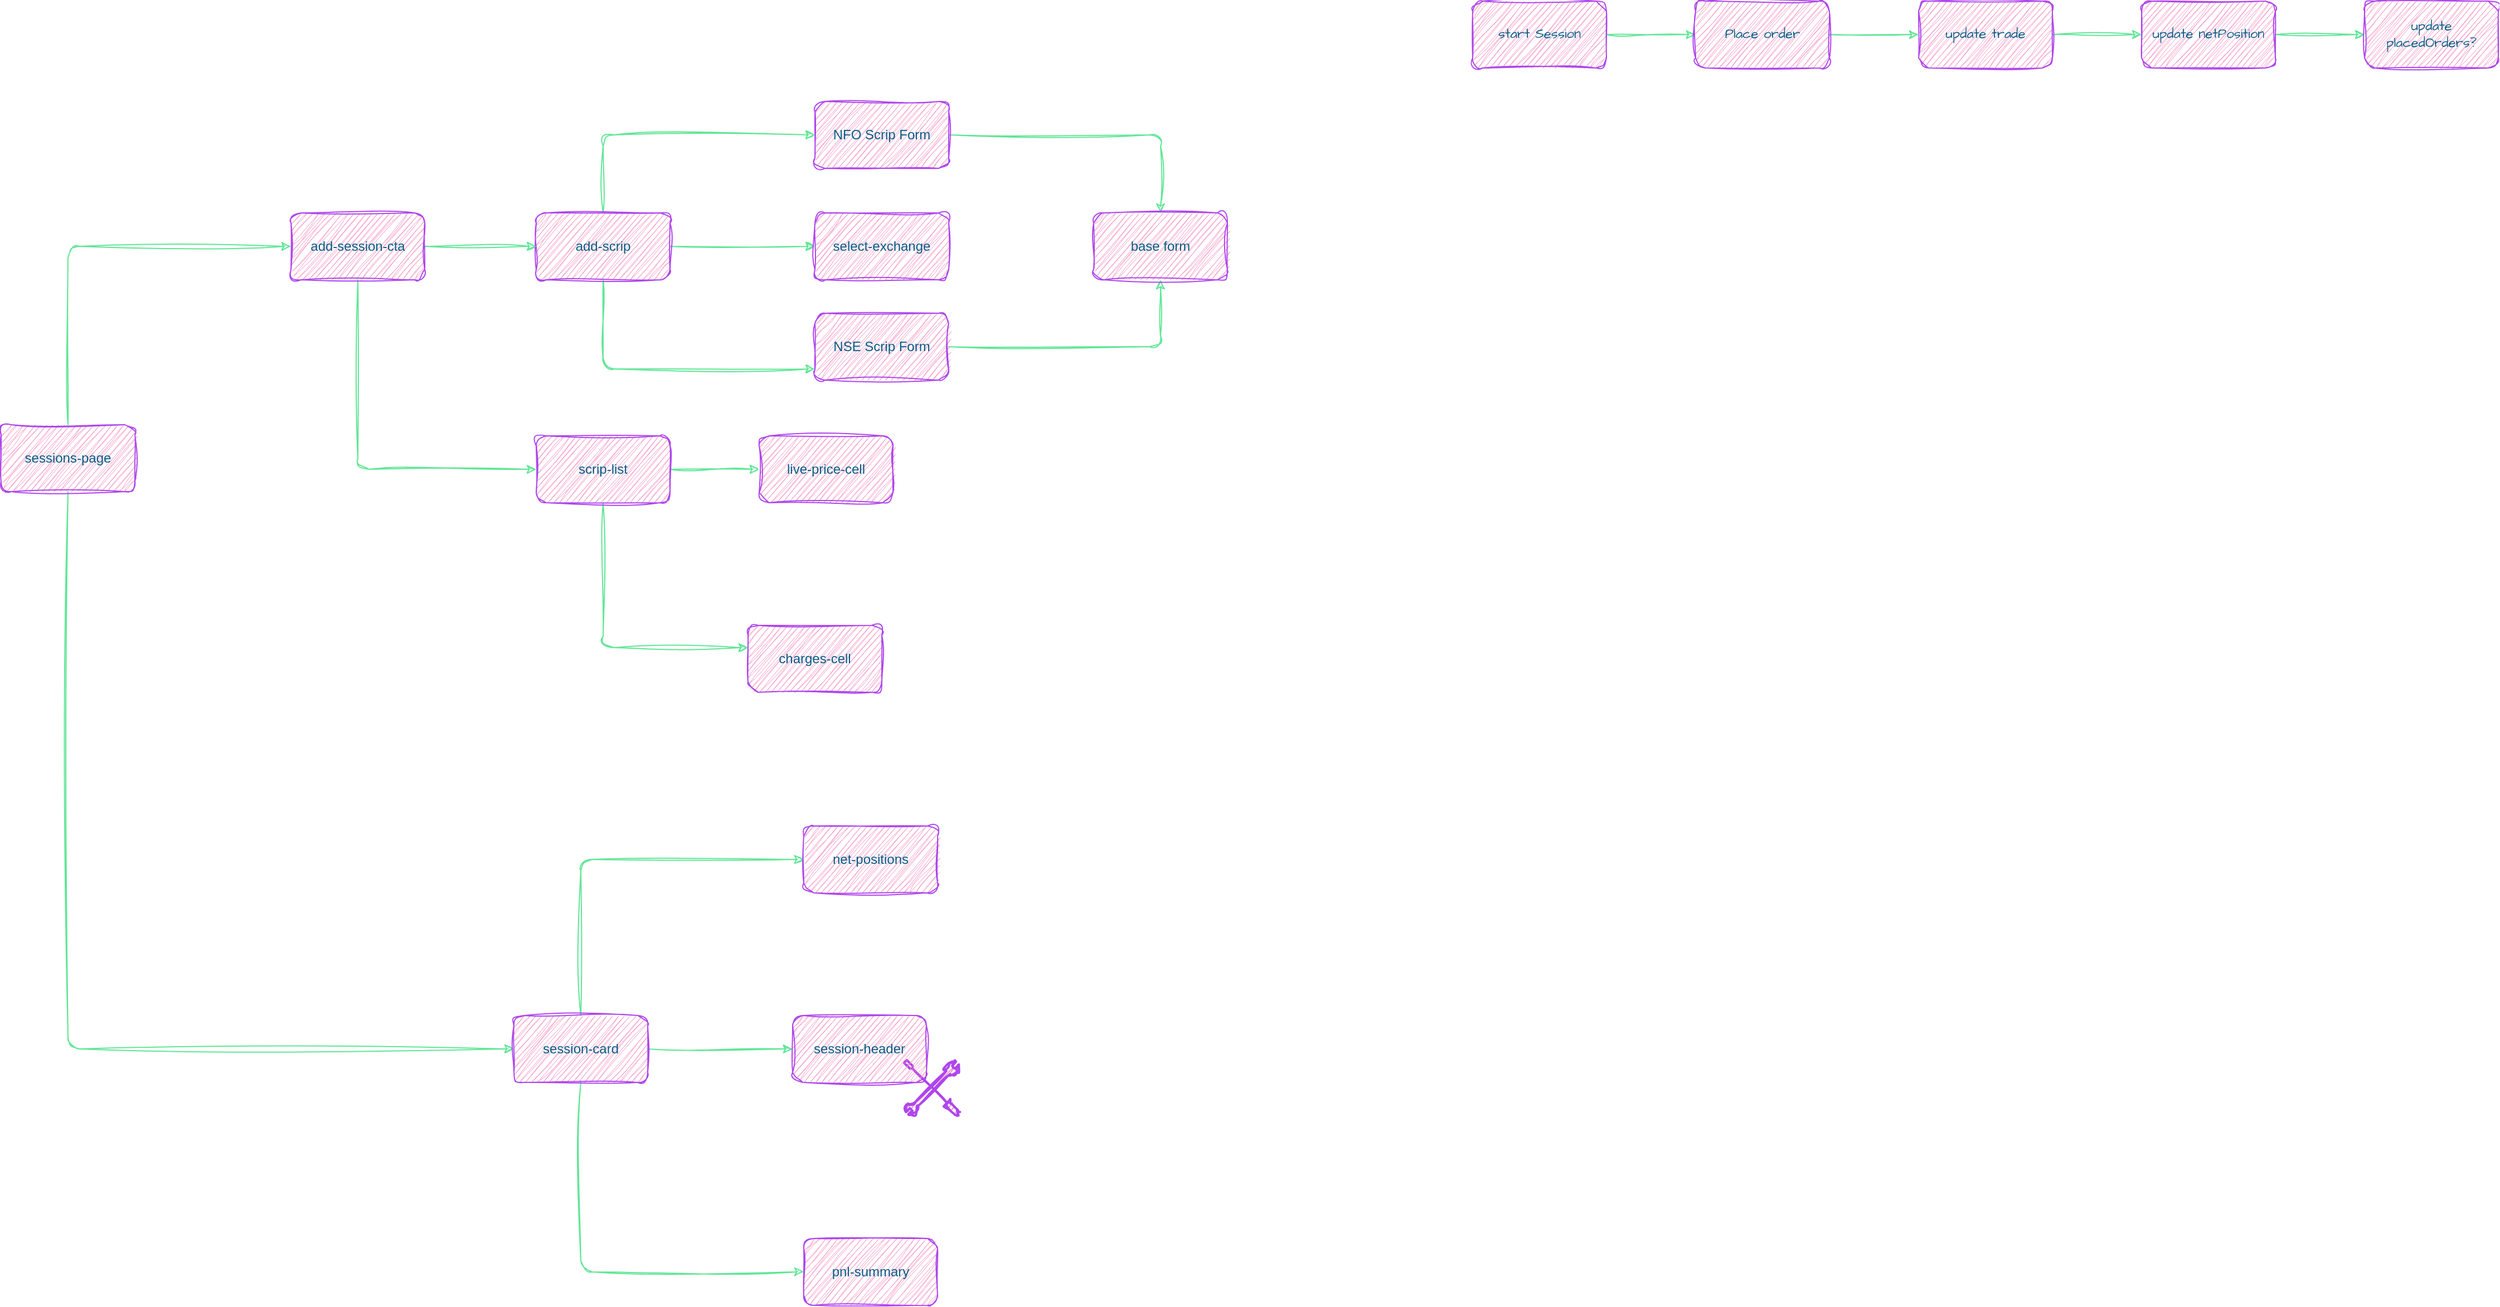
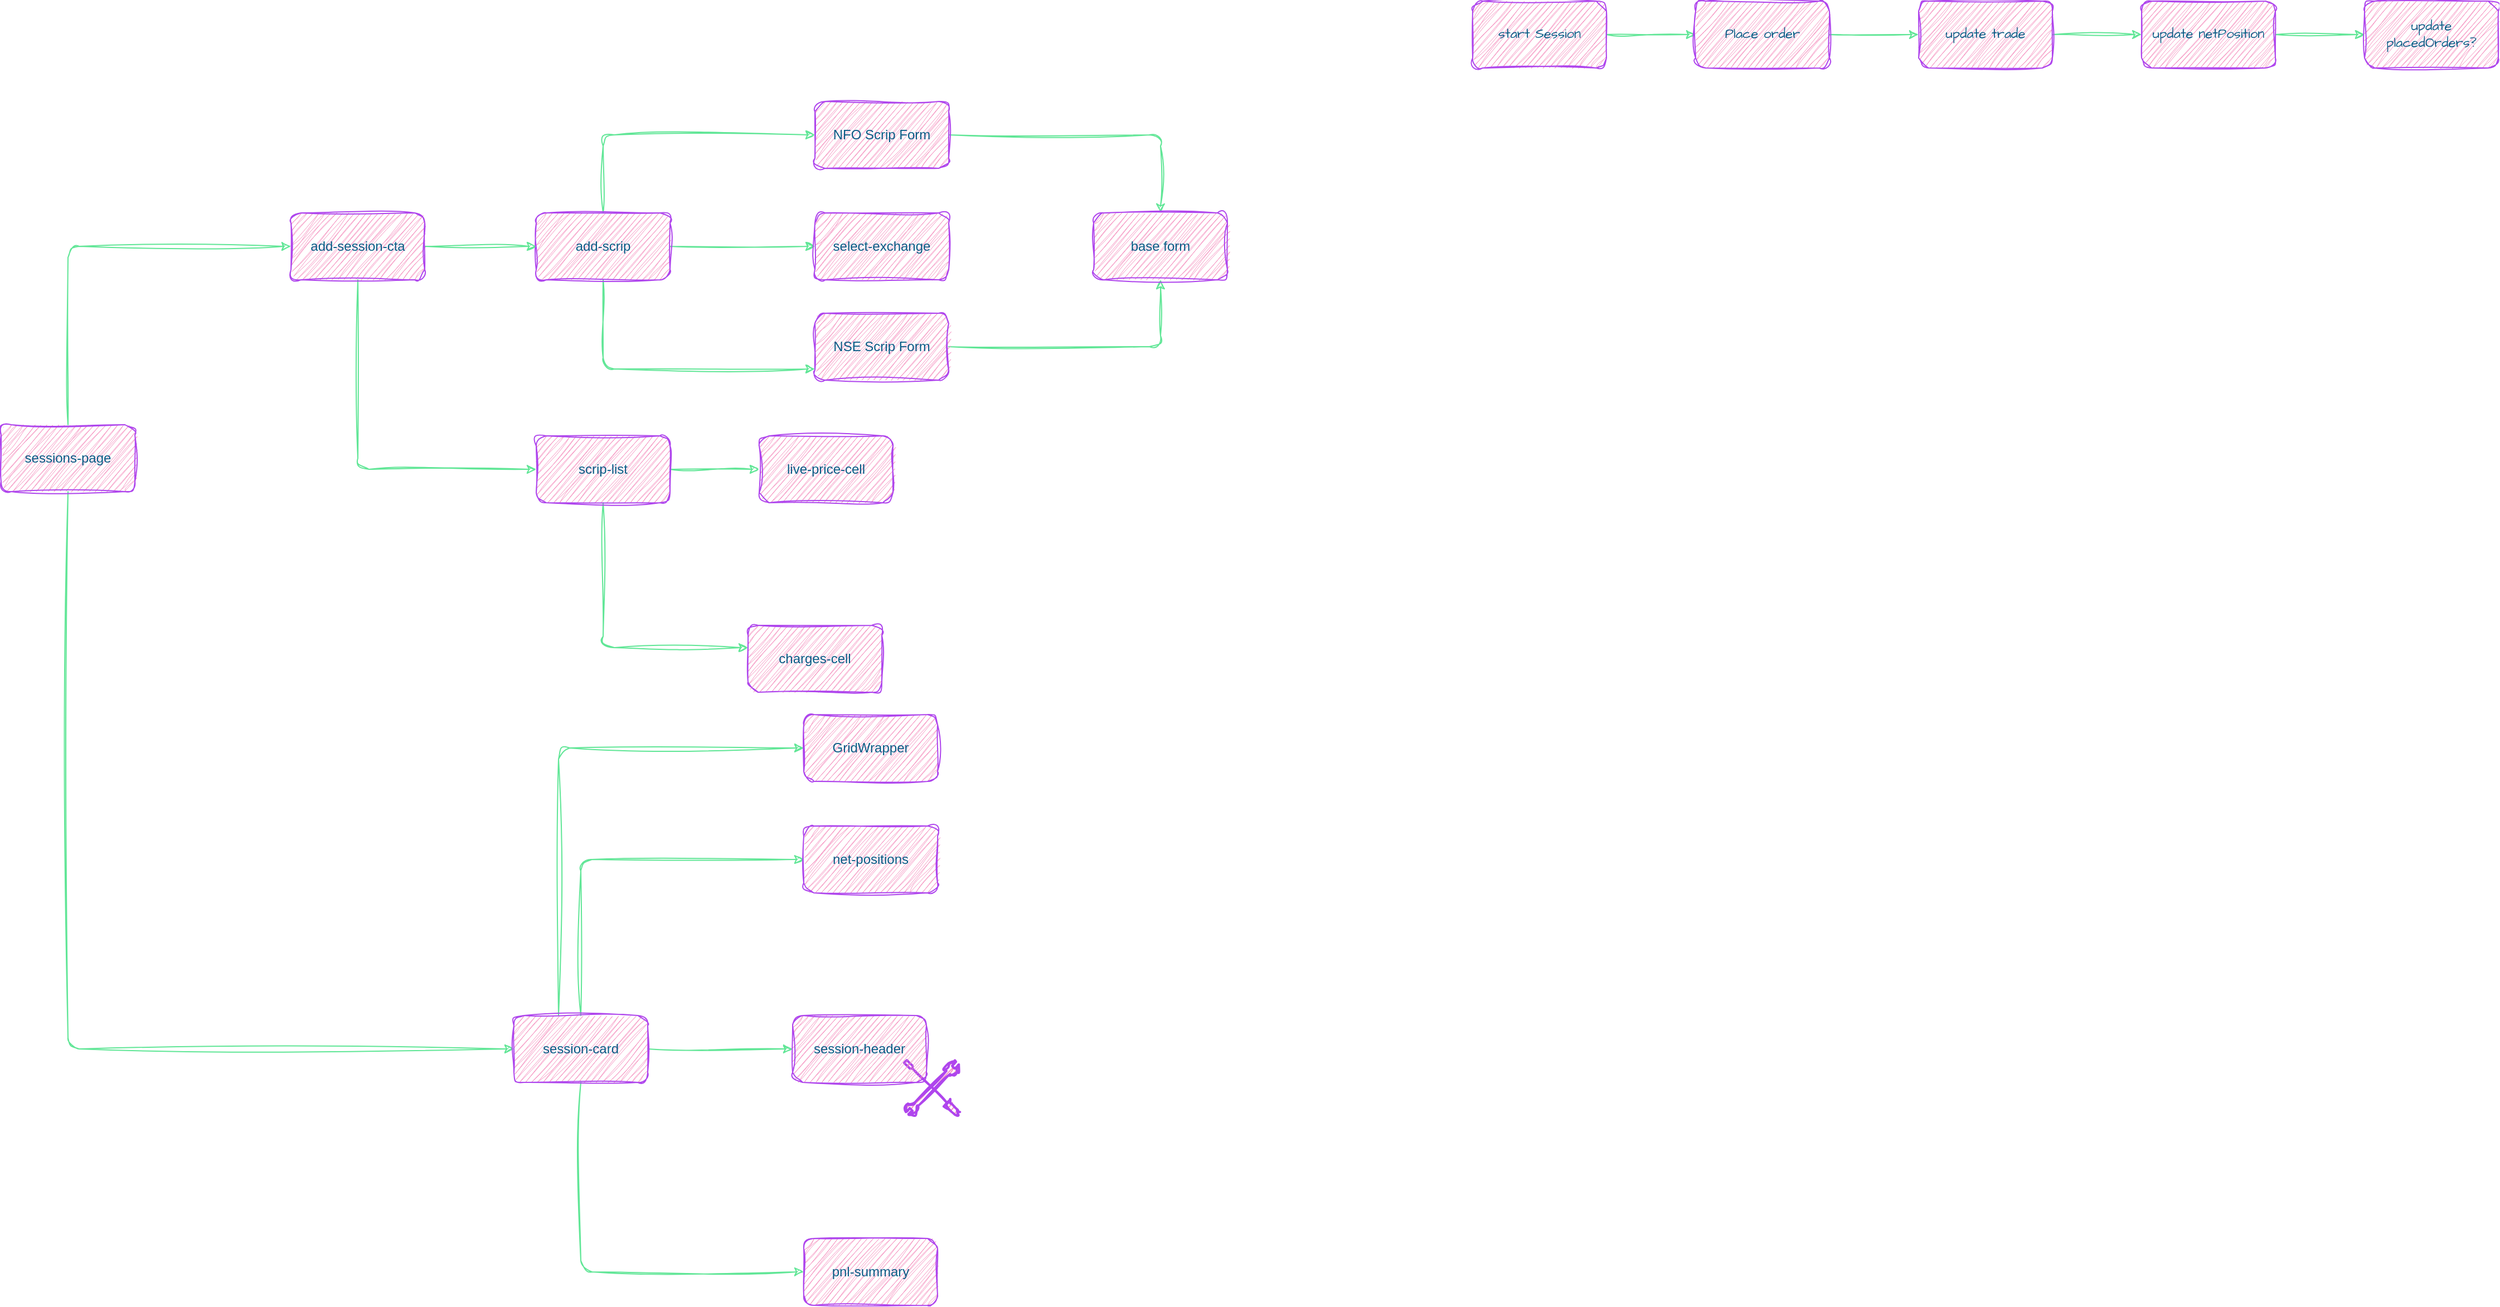
<mxfile host="app.diagrams.net" pages="5">
  <diagram id="wPQbEJP3DVO_ncDqMHqx" name="Sessions Page">
    <mxGraphModel dx="1887" dy="969" grid="1" gridSize="10" guides="1" tooltips="1" connect="1" arrows="1" fold="1" page="0" pageScale="1" pageWidth="402" pageHeight="874" math="0" shadow="0">
      <root>
        <mxCell id="0" />
        <mxCell id="1" parent="0" />
        <mxCell id="DB1AKVm6qyutKQlFYAWD-6" edge="1" parent="1" source="DB1AKVm6qyutKQlFYAWD-1" style="edgeStyle=orthogonalEdgeStyle;rounded=1;orthogonalLoop=1;jettySize=auto;html=1;sketch=1;curveFitting=1;jiggle=2;labelBackgroundColor=none;strokeColor=#60E696;fontColor=default;" target="DB1AKVm6qyutKQlFYAWD-5" value="">
          <mxGeometry relative="1" as="geometry" />
        </mxCell>
        <mxCell id="DB1AKVm6qyutKQlFYAWD-8" edge="1" parent="1" source="DB1AKVm6qyutKQlFYAWD-1" style="edgeStyle=orthogonalEdgeStyle;rounded=1;orthogonalLoop=1;jettySize=auto;html=1;sketch=1;curveFitting=1;jiggle=2;labelBackgroundColor=none;strokeColor=#60E696;fontColor=default;" target="DB1AKVm6qyutKQlFYAWD-7" value="">
          <mxGeometry relative="1" as="geometry">
            <Array as="points">
              <mxPoint x="120" y="270" />
            </Array>
          </mxGeometry>
        </mxCell>
        <mxCell id="DB1AKVm6qyutKQlFYAWD-10" edge="1" parent="1" source="DB1AKVm6qyutKQlFYAWD-1" style="edgeStyle=orthogonalEdgeStyle;rounded=1;orthogonalLoop=1;jettySize=auto;html=1;sketch=1;curveFitting=1;jiggle=2;labelBackgroundColor=none;strokeColor=#60E696;fontColor=default;" target="DB1AKVm6qyutKQlFYAWD-9" value="">
          <mxGeometry relative="1" as="geometry">
            <Array as="points">
              <mxPoint x="120" y="60" />
            </Array>
          </mxGeometry>
        </mxCell>
        <mxCell id="DB1AKVm6qyutKQlFYAWD-1" parent="1" style="rounded=1;whiteSpace=wrap;html=1;sketch=1;curveFitting=1;jiggle=2;labelBackgroundColor=none;fillColor=#F694C1;strokeColor=#AF45ED;fontColor=#095C86;" value="add-scrip" vertex="1">
          <mxGeometry height="60" width="120" x="60" y="130" as="geometry" />
        </mxCell>
        <mxCell id="DB1AKVm6qyutKQlFYAWD-4" edge="1" parent="1" source="DB1AKVm6qyutKQlFYAWD-3" style="edgeStyle=orthogonalEdgeStyle;rounded=1;orthogonalLoop=1;jettySize=auto;html=1;sketch=1;curveFitting=1;jiggle=2;labelBackgroundColor=none;strokeColor=#60E696;fontColor=default;" target="DB1AKVm6qyutKQlFYAWD-1" value="">
          <mxGeometry relative="1" as="geometry" />
        </mxCell>
        <mxCell id="DB1AKVm6qyutKQlFYAWD-12" edge="1" parent="1" source="DB1AKVm6qyutKQlFYAWD-3" style="edgeStyle=orthogonalEdgeStyle;rounded=1;orthogonalLoop=1;jettySize=auto;html=1;sketch=1;curveFitting=1;jiggle=2;labelBackgroundColor=none;strokeColor=#60E696;fontColor=default;" target="DB1AKVm6qyutKQlFYAWD-11" value="">
          <mxGeometry relative="1" as="geometry">
            <Array as="points">
              <mxPoint x="-100" y="360" />
            </Array>
          </mxGeometry>
        </mxCell>
        <mxCell id="DB1AKVm6qyutKQlFYAWD-3" parent="1" style="rounded=1;whiteSpace=wrap;html=1;sketch=1;curveFitting=1;jiggle=2;labelBackgroundColor=none;fillColor=#F694C1;strokeColor=#AF45ED;fontColor=#095C86;" value="add-session-cta" vertex="1">
          <mxGeometry height="60" width="120" x="-160" y="130" as="geometry" />
        </mxCell>
        <mxCell id="DB1AKVm6qyutKQlFYAWD-5" parent="1" style="whiteSpace=wrap;html=1;rounded=1;sketch=1;curveFitting=1;jiggle=2;labelBackgroundColor=none;fillColor=#F694C1;strokeColor=#AF45ED;fontColor=#095C86;" value="select-exchange" vertex="1">
          <mxGeometry height="60" width="120" x="310" y="130" as="geometry" />
        </mxCell>
        <mxCell id="ouMAoqMrmdJ_XqpmxOQB-3" edge="1" parent="1" source="DB1AKVm6qyutKQlFYAWD-7" style="edgeStyle=orthogonalEdgeStyle;rounded=1;sketch=1;hachureGap=4;jiggle=2;curveFitting=1;orthogonalLoop=1;jettySize=auto;html=1;fontFamily=Architects Daughter;fontSource=https%3A%2F%2Ffonts.googleapis.com%2Fcss%3Ffamily%3DArchitects%2BDaughter;labelBackgroundColor=none;strokeColor=#60E696;fontColor=default;" target="ouMAoqMrmdJ_XqpmxOQB-1">
          <mxGeometry relative="1" as="geometry" />
        </mxCell>
        <mxCell id="DB1AKVm6qyutKQlFYAWD-7" parent="1" style="whiteSpace=wrap;html=1;rounded=1;sketch=1;curveFitting=1;jiggle=2;labelBackgroundColor=none;fillColor=#F694C1;strokeColor=#AF45ED;fontColor=#095C86;" value="NSE Scrip Form" vertex="1">
          <mxGeometry height="60" width="120" x="310" y="220" as="geometry" />
        </mxCell>
        <mxCell id="ouMAoqMrmdJ_XqpmxOQB-2" edge="1" parent="1" source="DB1AKVm6qyutKQlFYAWD-9" style="edgeStyle=orthogonalEdgeStyle;rounded=1;sketch=1;hachureGap=4;jiggle=2;curveFitting=1;orthogonalLoop=1;jettySize=auto;html=1;fontFamily=Architects Daughter;fontSource=https%3A%2F%2Ffonts.googleapis.com%2Fcss%3Ffamily%3DArchitects%2BDaughter;labelBackgroundColor=none;strokeColor=#60E696;fontColor=default;" target="ouMAoqMrmdJ_XqpmxOQB-1" value="">
          <mxGeometry relative="1" as="geometry" />
        </mxCell>
        <mxCell id="DB1AKVm6qyutKQlFYAWD-9" parent="1" style="whiteSpace=wrap;html=1;rounded=1;sketch=1;curveFitting=1;jiggle=2;labelBackgroundColor=none;fillColor=#F694C1;strokeColor=#AF45ED;fontColor=#095C86;" value="NFO Scrip Form" vertex="1">
          <mxGeometry height="60" width="120" x="310" y="30" as="geometry" />
        </mxCell>
        <mxCell id="ouMAoqMrmdJ_XqpmxOQB-15" edge="1" parent="1" source="DB1AKVm6qyutKQlFYAWD-11" style="edgeStyle=orthogonalEdgeStyle;rounded=1;sketch=1;hachureGap=4;jiggle=2;curveFitting=1;orthogonalLoop=1;jettySize=auto;html=1;fontFamily=Architects Daughter;fontSource=https%3A%2F%2Ffonts.googleapis.com%2Fcss%3Ffamily%3DArchitects%2BDaughter;labelBackgroundColor=none;strokeColor=#60E696;fontColor=default;" target="ouMAoqMrmdJ_XqpmxOQB-14" value="">
          <mxGeometry relative="1" as="geometry" />
        </mxCell>
        <mxCell id="ouMAoqMrmdJ_XqpmxOQB-17" edge="1" parent="1" source="DB1AKVm6qyutKQlFYAWD-11" style="edgeStyle=orthogonalEdgeStyle;rounded=1;sketch=1;hachureGap=4;jiggle=2;curveFitting=1;orthogonalLoop=1;jettySize=auto;html=1;fontFamily=Architects Daughter;fontSource=https%3A%2F%2Ffonts.googleapis.com%2Fcss%3Ffamily%3DArchitects%2BDaughter;labelBackgroundColor=none;strokeColor=#60E696;fontColor=default;" target="ouMAoqMrmdJ_XqpmxOQB-16" value="">
          <mxGeometry relative="1" as="geometry">
            <Array as="points">
              <mxPoint x="120" y="520" />
            </Array>
          </mxGeometry>
        </mxCell>
        <mxCell id="DB1AKVm6qyutKQlFYAWD-11" parent="1" style="whiteSpace=wrap;html=1;rounded=1;sketch=1;curveFitting=1;jiggle=2;labelBackgroundColor=none;fillColor=#F694C1;strokeColor=#AF45ED;fontColor=#095C86;" value="scrip-list" vertex="1">
          <mxGeometry height="60" width="120" x="60" y="330" as="geometry" />
        </mxCell>
        <mxCell id="DB1AKVm6qyutKQlFYAWD-15" edge="1" parent="1" source="DB1AKVm6qyutKQlFYAWD-14" style="edgeStyle=orthogonalEdgeStyle;rounded=1;sketch=1;hachureGap=4;jiggle=2;curveFitting=1;orthogonalLoop=1;jettySize=auto;html=1;entryX=0;entryY=0.5;entryDx=0;entryDy=0;strokeColor=#60E696;fontFamily=Architects Daughter;fontSource=https%3A%2F%2Ffonts.googleapis.com%2Fcss%3Ffamily%3DArchitects%2BDaughter;fontColor=default;fillColor=#F694C1;labelBackgroundColor=none;" target="DB1AKVm6qyutKQlFYAWD-3">
          <mxGeometry relative="1" as="geometry">
            <Array as="points">
              <mxPoint x="-360" y="160" />
            </Array>
          </mxGeometry>
        </mxCell>
        <mxCell id="ouMAoqMrmdJ_XqpmxOQB-28" edge="1" parent="1" source="DB1AKVm6qyutKQlFYAWD-14" style="edgeStyle=orthogonalEdgeStyle;rounded=1;sketch=1;hachureGap=4;jiggle=2;curveFitting=1;orthogonalLoop=1;jettySize=auto;html=1;entryX=0;entryY=0.5;entryDx=0;entryDy=0;fontFamily=Architects Daughter;fontSource=https%3A%2F%2Ffonts.googleapis.com%2Fcss%3Ffamily%3DArchitects%2BDaughter;labelBackgroundColor=none;strokeColor=#60E696;fontColor=default;" target="ouMAoqMrmdJ_XqpmxOQB-19">
          <mxGeometry relative="1" as="geometry">
            <Array as="points">
              <mxPoint x="-360" y="880" />
            </Array>
          </mxGeometry>
        </mxCell>
        <mxCell id="DB1AKVm6qyutKQlFYAWD-14" parent="1" style="rounded=1;whiteSpace=wrap;html=1;sketch=1;curveFitting=1;jiggle=2;labelBackgroundColor=none;fillColor=#F694C1;strokeColor=#AF45ED;fontColor=#095C86;" value="sessions-page" vertex="1">
          <mxGeometry height="60" width="120" x="-420" y="320" as="geometry" />
        </mxCell>
        <mxCell id="ouMAoqMrmdJ_XqpmxOQB-1" parent="1" style="whiteSpace=wrap;html=1;fillColor=#F694C1;strokeColor=#AF45ED;fontColor=#095C86;rounded=1;sketch=1;curveFitting=1;jiggle=2;labelBackgroundColor=none;" value="base form" vertex="1">
          <mxGeometry height="60" width="120" x="560" y="130" as="geometry" />
        </mxCell>
        <mxCell id="ouMAoqMrmdJ_XqpmxOQB-6" edge="1" parent="1" source="ouMAoqMrmdJ_XqpmxOQB-4" style="edgeStyle=orthogonalEdgeStyle;rounded=1;sketch=1;hachureGap=4;jiggle=2;curveFitting=1;orthogonalLoop=1;jettySize=auto;html=1;fontFamily=Architects Daughter;fontSource=https%3A%2F%2Ffonts.googleapis.com%2Fcss%3Ffamily%3DArchitects%2BDaughter;labelBackgroundColor=none;strokeColor=#60E696;fontColor=default;" target="ouMAoqMrmdJ_XqpmxOQB-5" value="">
          <mxGeometry relative="1" as="geometry" />
        </mxCell>
        <mxCell id="ouMAoqMrmdJ_XqpmxOQB-4" parent="1" style="whiteSpace=wrap;html=1;sketch=1;hachureGap=4;jiggle=2;curveFitting=1;fontFamily=Architects Daughter;fontSource=https%3A%2F%2Ffonts.googleapis.com%2Fcss%3Ffamily%3DArchitects%2BDaughter;labelBackgroundColor=none;fillColor=#F694C1;strokeColor=#AF45ED;fontColor=#095C86;rounded=1;" value="start Session" vertex="1">
          <mxGeometry height="60" width="120" x="900" y="-60" as="geometry" />
        </mxCell>
        <mxCell id="ouMAoqMrmdJ_XqpmxOQB-8" edge="1" parent="1" source="ouMAoqMrmdJ_XqpmxOQB-5" style="edgeStyle=orthogonalEdgeStyle;rounded=1;sketch=1;hachureGap=4;jiggle=2;curveFitting=1;orthogonalLoop=1;jettySize=auto;html=1;fontFamily=Architects Daughter;fontSource=https%3A%2F%2Ffonts.googleapis.com%2Fcss%3Ffamily%3DArchitects%2BDaughter;labelBackgroundColor=none;strokeColor=#60E696;fontColor=default;" target="ouMAoqMrmdJ_XqpmxOQB-7" value="">
          <mxGeometry relative="1" as="geometry" />
        </mxCell>
        <mxCell id="ouMAoqMrmdJ_XqpmxOQB-5" parent="1" style="whiteSpace=wrap;html=1;fontFamily=Architects Daughter;sketch=1;hachureGap=4;jiggle=2;curveFitting=1;fontSource=https%3A%2F%2Ffonts.googleapis.com%2Fcss%3Ffamily%3DArchitects%2BDaughter;labelBackgroundColor=none;fillColor=#F694C1;strokeColor=#AF45ED;fontColor=#095C86;rounded=1;" value="Place order" vertex="1">
          <mxGeometry height="60" width="120" x="1100" y="-60" as="geometry" />
        </mxCell>
        <mxCell id="ouMAoqMrmdJ_XqpmxOQB-10" edge="1" parent="1" source="ouMAoqMrmdJ_XqpmxOQB-7" style="edgeStyle=orthogonalEdgeStyle;rounded=1;sketch=1;hachureGap=4;jiggle=2;curveFitting=1;orthogonalLoop=1;jettySize=auto;html=1;fontFamily=Architects Daughter;fontSource=https%3A%2F%2Ffonts.googleapis.com%2Fcss%3Ffamily%3DArchitects%2BDaughter;labelBackgroundColor=none;strokeColor=#60E696;fontColor=default;" target="ouMAoqMrmdJ_XqpmxOQB-9" value="">
          <mxGeometry relative="1" as="geometry" />
        </mxCell>
        <mxCell id="ouMAoqMrmdJ_XqpmxOQB-7" parent="1" style="whiteSpace=wrap;html=1;fontFamily=Architects Daughter;sketch=1;hachureGap=4;jiggle=2;curveFitting=1;fontSource=https%3A%2F%2Ffonts.googleapis.com%2Fcss%3Ffamily%3DArchitects%2BDaughter;labelBackgroundColor=none;fillColor=#F694C1;strokeColor=#AF45ED;fontColor=#095C86;rounded=1;" value="update trade" vertex="1">
          <mxGeometry height="60" width="120" x="1300" y="-60" as="geometry" />
        </mxCell>
        <mxCell id="ouMAoqMrmdJ_XqpmxOQB-12" edge="1" parent="1" source="ouMAoqMrmdJ_XqpmxOQB-9" style="edgeStyle=orthogonalEdgeStyle;rounded=1;sketch=1;hachureGap=4;jiggle=2;curveFitting=1;orthogonalLoop=1;jettySize=auto;html=1;fontFamily=Architects Daughter;fontSource=https%3A%2F%2Ffonts.googleapis.com%2Fcss%3Ffamily%3DArchitects%2BDaughter;labelBackgroundColor=none;strokeColor=#60E696;fontColor=default;" target="ouMAoqMrmdJ_XqpmxOQB-11" value="">
          <mxGeometry relative="1" as="geometry" />
        </mxCell>
        <mxCell id="ouMAoqMrmdJ_XqpmxOQB-9" parent="1" style="whiteSpace=wrap;html=1;fontFamily=Architects Daughter;sketch=1;hachureGap=4;jiggle=2;curveFitting=1;fontSource=https%3A%2F%2Ffonts.googleapis.com%2Fcss%3Ffamily%3DArchitects%2BDaughter;labelBackgroundColor=none;fillColor=#F694C1;strokeColor=#AF45ED;fontColor=#095C86;rounded=1;" value="update netPosition" vertex="1">
          <mxGeometry height="60" width="120" x="1500" y="-60" as="geometry" />
        </mxCell>
        <mxCell id="ouMAoqMrmdJ_XqpmxOQB-11" parent="1" style="whiteSpace=wrap;html=1;fontFamily=Architects Daughter;sketch=1;hachureGap=4;jiggle=2;curveFitting=1;fontSource=https%3A%2F%2Ffonts.googleapis.com%2Fcss%3Ffamily%3DArchitects%2BDaughter;labelBackgroundColor=none;fillColor=#F694C1;strokeColor=#AF45ED;fontColor=#095C86;rounded=1;" value="update placedOrders?" vertex="1">
          <mxGeometry height="60" width="120" x="1700" y="-60" as="geometry" />
        </mxCell>
        <mxCell id="ouMAoqMrmdJ_XqpmxOQB-13" parent="1" style="html=1;verticalLabelPosition=bottom;align=center;labelBackgroundColor=none;verticalAlign=top;strokeWidth=2;strokeColor=#AF45ED;shadow=0;dashed=0;shape=mxgraph.ios7.icons.tools;pointerEvents=1;sketch=1;hachureGap=4;jiggle=2;curveFitting=1;fontFamily=Architects Daughter;fontSource=https%3A%2F%2Ffonts.googleapis.com%2Fcss%3Ffamily%3DArchitects%2BDaughter;fillColor=#F694C1;fontColor=#095C86;rounded=1;" value="" vertex="1">
          <mxGeometry height="50" width="50" x="390" y="890" as="geometry" />
        </mxCell>
        <mxCell id="ouMAoqMrmdJ_XqpmxOQB-14" parent="1" style="whiteSpace=wrap;html=1;fillColor=#F694C1;strokeColor=#AF45ED;fontColor=#095C86;rounded=1;sketch=1;curveFitting=1;jiggle=2;labelBackgroundColor=none;" value="live-price-cell" vertex="1">
          <mxGeometry height="60" width="120" x="260" y="330" as="geometry" />
        </mxCell>
        <mxCell id="ouMAoqMrmdJ_XqpmxOQB-16" parent="1" style="whiteSpace=wrap;html=1;fillColor=#F694C1;strokeColor=#AF45ED;fontColor=#095C86;rounded=1;sketch=1;curveFitting=1;jiggle=2;labelBackgroundColor=none;" value="charges-cell" vertex="1">
          <mxGeometry height="60" width="120" x="250" y="500" as="geometry" />
        </mxCell>
        <mxCell id="ouMAoqMrmdJ_XqpmxOQB-22" edge="1" parent="1" source="ouMAoqMrmdJ_XqpmxOQB-19" style="edgeStyle=orthogonalEdgeStyle;rounded=1;sketch=1;hachureGap=4;jiggle=2;curveFitting=1;orthogonalLoop=1;jettySize=auto;html=1;fontFamily=Architects Daughter;fontSource=https%3A%2F%2Ffonts.googleapis.com%2Fcss%3Ffamily%3DArchitects%2BDaughter;labelBackgroundColor=none;strokeColor=#60E696;fontColor=default;" target="ouMAoqMrmdJ_XqpmxOQB-21" value="">
          <mxGeometry relative="1" as="geometry" />
        </mxCell>
        <mxCell id="ouMAoqMrmdJ_XqpmxOQB-25" edge="1" parent="1" source="ouMAoqMrmdJ_XqpmxOQB-19" style="edgeStyle=orthogonalEdgeStyle;rounded=1;sketch=1;hachureGap=4;jiggle=2;curveFitting=1;orthogonalLoop=1;jettySize=auto;html=1;entryX=0;entryY=0.5;entryDx=0;entryDy=0;fontFamily=Architects Daughter;fontSource=https%3A%2F%2Ffonts.googleapis.com%2Fcss%3Ffamily%3DArchitects%2BDaughter;labelBackgroundColor=none;strokeColor=#60E696;fontColor=default;" target="ouMAoqMrmdJ_XqpmxOQB-23">
          <mxGeometry relative="1" as="geometry">
            <Array as="points">
              <mxPoint x="100" y="710" />
            </Array>
          </mxGeometry>
        </mxCell>
        <mxCell id="ouMAoqMrmdJ_XqpmxOQB-27" edge="1" parent="1" source="ouMAoqMrmdJ_XqpmxOQB-19" style="edgeStyle=orthogonalEdgeStyle;rounded=1;sketch=1;hachureGap=4;jiggle=2;curveFitting=1;orthogonalLoop=1;jettySize=auto;html=1;fontFamily=Architects Daughter;fontSource=https%3A%2F%2Ffonts.googleapis.com%2Fcss%3Ffamily%3DArchitects%2BDaughter;labelBackgroundColor=none;strokeColor=#60E696;fontColor=default;" target="ouMAoqMrmdJ_XqpmxOQB-26" value="">
          <mxGeometry relative="1" as="geometry">
            <Array as="points">
              <mxPoint x="100" y="1080" />
            </Array>
          </mxGeometry>
        </mxCell>
+         <mxCell id="ouMAoqMrmdJ_XqpmxOQB-30" edge="1" parent="1" source="ouMAoqMrmdJ_XqpmxOQB-19" style="edgeStyle=orthogonalEdgeStyle;rounded=1;sketch=1;hachureGap=4;jiggle=2;curveFitting=1;orthogonalLoop=1;jettySize=auto;html=1;strokeColor=#60E696;fontFamily=Architects Daughter;fontSource=https%3A%2F%2Ffonts.googleapis.com%2Fcss%3Ffamily%3DArchitects%2BDaughter;fontColor=#095C86;fillColor=#F694C1;" target="ouMAoqMrmdJ_XqpmxOQB-29" value="">
+           <mxGeometry relative="1" as="geometry">
+             <Array as="points">
+               <mxPoint x="80" y="610" />
+             </Array>
+           </mxGeometry>
+         </mxCell>
        <mxCell id="ouMAoqMrmdJ_XqpmxOQB-19" parent="1" style="whiteSpace=wrap;html=1;fillColor=#F694C1;strokeColor=#AF45ED;fontColor=#095C86;rounded=1;sketch=1;curveFitting=1;jiggle=2;labelBackgroundColor=none;" value="session-card" vertex="1">
          <mxGeometry height="60" width="120" x="40" y="850" as="geometry" />
        </mxCell>
        <mxCell id="ouMAoqMrmdJ_XqpmxOQB-21" parent="1" style="whiteSpace=wrap;html=1;fillColor=#F694C1;strokeColor=#AF45ED;fontColor=#095C86;rounded=1;sketch=1;curveFitting=1;jiggle=2;labelBackgroundColor=none;" value="session-header" vertex="1">
          <mxGeometry height="60" width="120" x="290" y="850" as="geometry" />
        </mxCell>
        <mxCell id="ouMAoqMrmdJ_XqpmxOQB-23" parent="1" style="whiteSpace=wrap;html=1;fillColor=#F694C1;strokeColor=#AF45ED;fontColor=#095C86;rounded=1;sketch=1;curveFitting=1;jiggle=2;labelBackgroundColor=none;" value="net-positions" vertex="1">
          <mxGeometry height="60" width="120" x="300" y="680" as="geometry" />
        </mxCell>
        <mxCell id="ouMAoqMrmdJ_XqpmxOQB-26" parent="1" style="whiteSpace=wrap;html=1;fillColor=#F694C1;strokeColor=#AF45ED;fontColor=#095C86;rounded=1;sketch=1;curveFitting=1;jiggle=2;labelBackgroundColor=none;" value="pnl-summary" vertex="1">
          <mxGeometry height="60" width="120" x="300" y="1050" as="geometry" />
+         </mxCell>
+         <mxCell id="ouMAoqMrmdJ_XqpmxOQB-29" parent="1" style="whiteSpace=wrap;html=1;fillColor=#F694C1;strokeColor=#AF45ED;fontColor=#095C86;rounded=1;sketch=1;curveFitting=1;jiggle=2;labelBackgroundColor=none;" value="GridWrapper" vertex="1">
+           <mxGeometry height="60" width="120" x="300" y="580" as="geometry" />
        </mxCell>
      </root>
    </mxGraphModel>
  </diagram>
  <diagram id="YVkBlKKJ4RNEtawBKbZk" name="Session">
    <mxGraphModel dx="1357" dy="626" grid="1" gridSize="10" guides="1" tooltips="1" connect="1" arrows="1" fold="1" page="0" pageScale="1" pageWidth="402" pageHeight="874" math="0" shadow="0">
      <root>
        <mxCell id="0" />
        <mxCell id="1" parent="0" />
        <mxCell id="b8iQl_XISdQ6rZ6kNcMQ-3" edge="1" parent="1" source="b8iQl_XISdQ6rZ6kNcMQ-1" style="edgeStyle=orthogonalEdgeStyle;rounded=0;orthogonalLoop=1;jettySize=auto;html=1;" target="b8iQl_XISdQ6rZ6kNcMQ-2" value="">
          <mxGeometry relative="1" as="geometry" />
        </mxCell>
        <mxCell id="b8iQl_XISdQ6rZ6kNcMQ-1" parent="1" style="rounded=1;whiteSpace=wrap;html=1;" value="start session" vertex="1">
          <mxGeometry height="60" width="120" x="-200" y="80" as="geometry" />
        </mxCell>
        <mxCell id="b8iQl_XISdQ6rZ6kNcMQ-5" edge="1" parent="1" source="b8iQl_XISdQ6rZ6kNcMQ-2" style="edgeStyle=orthogonalEdgeStyle;rounded=0;orthogonalLoop=1;jettySize=auto;html=1;" target="b8iQl_XISdQ6rZ6kNcMQ-4" value="">
          <mxGeometry relative="1" as="geometry" />
        </mxCell>
        <mxCell id="b8iQl_XISdQ6rZ6kNcMQ-2" parent="1" style="whiteSpace=wrap;html=1;rounded=1;" value="place orders&amp;nbsp;&lt;br&gt;(all or none)" vertex="1">
          <mxGeometry height="60" width="120" y="80" as="geometry" />
        </mxCell>
        <mxCell id="b8iQl_XISdQ6rZ6kNcMQ-7" edge="1" parent="1" source="b8iQl_XISdQ6rZ6kNcMQ-4" style="edgeStyle=orthogonalEdgeStyle;rounded=0;orthogonalLoop=1;jettySize=auto;html=1;" target="b8iQl_XISdQ6rZ6kNcMQ-6" value="">
          <mxGeometry relative="1" as="geometry" />
        </mxCell>
        <mxCell id="b8iQl_XISdQ6rZ6kNcMQ-4" parent="1" style="whiteSpace=wrap;html=1;rounded=1;" value="update margins" vertex="1">
          <mxGeometry height="60" width="120" x="200" y="80" as="geometry" />
        </mxCell>
        <mxCell id="b8iQl_XISdQ6rZ6kNcMQ-6" parent="1" style="whiteSpace=wrap;html=1;rounded=1;" value="create session" vertex="1">
          <mxGeometry height="60" width="120" x="200" y="200" as="geometry" />
        </mxCell>
        <mxCell id="b8iQl_XISdQ6rZ6kNcMQ-8" parent="1" style="rounded=1;whiteSpace=wrap;html=1;fillColor=#fff2cc;strokeColor=#d6b656;" value="firebase" vertex="1">
          <mxGeometry height="40" width="80" x="300" y="190" as="geometry" />
        </mxCell>
        <mxCell id="b8iQl_XISdQ6rZ6kNcMQ-9" parent="1" style="rounded=1;whiteSpace=wrap;html=1;fillColor=#fff2cc;strokeColor=#d6b656;" value="kite" vertex="1">
          <mxGeometry height="40" width="80" x="80" y="50" as="geometry" />
        </mxCell>
        <mxCell id="b8iQl_XISdQ6rZ6kNcMQ-10" parent="1" style="rounded=1;whiteSpace=wrap;html=1;fillColor=#fff2cc;strokeColor=#d6b656;" value="firebase" vertex="1">
          <mxGeometry height="40" width="80" x="290" y="60" as="geometry" />
        </mxCell>
      </root>
    </mxGraphModel>
  </diagram>
  <diagram id="4KjMPYYtLXdBkkJX1B08" name="Auth">
    <mxGraphModel dx="1276" dy="835" grid="0" gridSize="10" guides="1" tooltips="1" connect="1" arrows="1" fold="1" page="0" pageScale="1" pageWidth="402" pageHeight="874" math="0" shadow="0">
      <root>
        <mxCell id="0" />
        <mxCell id="1" parent="0" />
        <mxCell id="pPH6oVQiPgVcm9OUePWL-3" edge="1" parent="1" source="pPH6oVQiPgVcm9OUePWL-1" style="edgeStyle=orthogonalEdgeStyle;rounded=0;orthogonalLoop=1;jettySize=auto;html=1;" target="pPH6oVQiPgVcm9OUePWL-2" value="">
          <mxGeometry relative="1" as="geometry" />
        </mxCell>
        <mxCell id="pPH6oVQiPgVcm9OUePWL-1" parent="1" style="rounded=1;whiteSpace=wrap;html=1;" value="User clicks &quot;Login&quot; Button" vertex="1">
          <mxGeometry height="60" width="120" x="23" y="101" as="geometry" />
        </mxCell>
        <mxCell id="pPH6oVQiPgVcm9OUePWL-5" edge="1" parent="1" source="pPH6oVQiPgVcm9OUePWL-2" style="edgeStyle=orthogonalEdgeStyle;rounded=0;orthogonalLoop=1;jettySize=auto;html=1;" target="pPH6oVQiPgVcm9OUePWL-4" value="">
          <mxGeometry relative="1" as="geometry" />
        </mxCell>
        <mxCell id="pPH6oVQiPgVcm9OUePWL-2" parent="1" style="whiteSpace=wrap;html=1;rounded=1;" value="Open the Login URL" vertex="1">
          <mxGeometry height="60" width="120" x="223" y="101" as="geometry" />
        </mxCell>
        <mxCell id="pPH6oVQiPgVcm9OUePWL-7" edge="1" parent="1" source="pPH6oVQiPgVcm9OUePWL-4" style="edgeStyle=orthogonalEdgeStyle;rounded=0;orthogonalLoop=1;jettySize=auto;html=1;" target="pPH6oVQiPgVcm9OUePWL-6" value="">
          <mxGeometry relative="1" as="geometry" />
        </mxCell>
        <mxCell id="pPH6oVQiPgVcm9OUePWL-4" parent="1" style="whiteSpace=wrap;html=1;rounded=1;" value="User logins to Zerodha" vertex="1">
          <mxGeometry height="60" width="120" x="423" y="101" as="geometry" />
        </mxCell>
        <mxCell id="pPH6oVQiPgVcm9OUePWL-9" edge="1" parent="1" source="pPH6oVQiPgVcm9OUePWL-6" style="edgeStyle=orthogonalEdgeStyle;rounded=0;orthogonalLoop=1;jettySize=auto;html=1;" target="pPH6oVQiPgVcm9OUePWL-8" value="">
          <mxGeometry relative="1" as="geometry" />
        </mxCell>
        <mxCell id="pPH6oVQiPgVcm9OUePWL-6" parent="1" style="whiteSpace=wrap;html=1;rounded=1;" value="Redirected to callback URL with request_token&lt;br&gt;&lt;b&gt;http://localhost:3000/api/auth/kite/callback&lt;/b&gt;" vertex="1">
          <mxGeometry height="60" width="262" x="352" y="244" as="geometry" />
        </mxCell>
        <mxCell id="pPH6oVQiPgVcm9OUePWL-13" edge="1" parent="1" source="pPH6oVQiPgVcm9OUePWL-8" style="edgeStyle=orthogonalEdgeStyle;rounded=0;orthogonalLoop=1;jettySize=auto;html=1;" target="pPH6oVQiPgVcm9OUePWL-12" value="">
          <mxGeometry relative="1" as="geometry" />
        </mxCell>
        <mxCell id="pPH6oVQiPgVcm9OUePWL-8" parent="1" style="whiteSpace=wrap;html=1;rounded=1;" value="In loader for this route, generate the session" vertex="1">
          <mxGeometry height="60" width="120" x="17" y="244" as="geometry" />
        </mxCell>
        <mxCell id="pPH6oVQiPgVcm9OUePWL-15" edge="1" parent="1" source="pPH6oVQiPgVcm9OUePWL-12" style="edgeStyle=orthogonalEdgeStyle;rounded=0;orthogonalLoop=1;jettySize=auto;html=1;" target="pPH6oVQiPgVcm9OUePWL-14" value="">
          <mxGeometry relative="1" as="geometry" />
        </mxCell>
        <mxCell id="pPH6oVQiPgVcm9OUePWL-12" parent="1" style="whiteSpace=wrap;html=1;rounded=1;" value="Serialize and save the access token in cookie" vertex="1">
          <mxGeometry height="60" width="120" x="17" y="384" as="geometry" />
        </mxCell>
        <mxCell id="pPH6oVQiPgVcm9OUePWL-17" edge="1" parent="1" source="pPH6oVQiPgVcm9OUePWL-14" style="edgeStyle=orthogonalEdgeStyle;rounded=0;orthogonalLoop=1;jettySize=auto;html=1;" target="pPH6oVQiPgVcm9OUePWL-16" value="">
          <mxGeometry relative="1" as="geometry" />
        </mxCell>
        <mxCell id="pPH6oVQiPgVcm9OUePWL-14" parent="1" style="whiteSpace=wrap;html=1;rounded=1;" value="redirect to /dashboard" vertex="1">
          <mxGeometry height="60" width="120" x="217" y="384" as="geometry" />
        </mxCell>
        <mxCell id="pPH6oVQiPgVcm9OUePWL-19" edge="1" parent="1" source="pPH6oVQiPgVcm9OUePWL-16" style="edgeStyle=orthogonalEdgeStyle;rounded=0;orthogonalLoop=1;jettySize=auto;html=1;" target="pPH6oVQiPgVcm9OUePWL-18" value="">
          <mxGeometry relative="1" as="geometry" />
        </mxCell>
        <mxCell id="pPH6oVQiPgVcm9OUePWL-16" parent="1" style="whiteSpace=wrap;html=1;rounded=1;" value="in dashboard loader, get the access token from the cookie and send it to client" vertex="1">
          <mxGeometry height="60" width="120" x="417" y="384" as="geometry" />
        </mxCell>
        <mxCell id="pPH6oVQiPgVcm9OUePWL-21" edge="1" parent="1" source="pPH6oVQiPgVcm9OUePWL-18" style="edgeStyle=orthogonalEdgeStyle;rounded=0;orthogonalLoop=1;jettySize=auto;html=1;" target="pPH6oVQiPgVcm9OUePWL-20" value="">
          <mxGeometry relative="1" as="geometry" />
        </mxCell>
        <mxCell id="pPH6oVQiPgVcm9OUePWL-18" parent="1" style="whiteSpace=wrap;html=1;rounded=1;" value="front-end creates the kc client with api_key and access_token.&amp;nbsp;&amp;nbsp;" vertex="1">
          <mxGeometry height="60" width="120" x="617" y="384" as="geometry" />
        </mxCell>
        <mxCell id="pPH6oVQiPgVcm9OUePWL-20" parent="1" style="whiteSpace=wrap;html=1;rounded=1;" value="use kc client for calling Kite APIs" vertex="1">
          <mxGeometry height="60" width="120" x="617" y="524" as="geometry" />
        </mxCell>
      </root>
    </mxGraphModel>
  </diagram>
  <diagram name="UI/UX" id="5MV4RERJIjpIYta4IkZD">
    <mxGraphModel dx="3134" dy="2189" grid="0" gridSize="10" guides="1" tooltips="1" connect="1" arrows="1" fold="1" page="0" pageScale="1" pageWidth="402" pageHeight="874" background="#ffffff" math="0" shadow="0">
      <root>
        <mxCell id="0" />
        <mxCell id="1" parent="0" />
        <mxCell id="ExlUUjPYo0Ii6ma58Pc_-14" parent="1" style="rounded=1;whiteSpace=wrap;html=1;" value="" vertex="1">
          <mxGeometry height="321" width="1097" x="-296" y="-20" as="geometry" />
        </mxCell>
        <mxCell id="ExlUUjPYo0Ii6ma58Pc_-13" parent="1" style="rounded=1;whiteSpace=wrap;html=1;" value="" vertex="1">
          <mxGeometry height="321" width="1097" x="-287" y="732" as="geometry" />
        </mxCell>
        <mxCell id="iMmVTYed4h1aN_pzg3ix-1" parent="1" style="text;html=1;whiteSpace=wrap;strokeColor=none;fillColor=none;align=center;verticalAlign=middle;rounded=0;fontStyle=1;fontSize=48;fontColor=light-dark(#7a7978, #ededed);" value="Net Qty." vertex="1">
          <mxGeometry height="59" width="60" x="-120" y="72" as="geometry" />
        </mxCell>
        <mxCell id="iMmVTYed4h1aN_pzg3ix-2" parent="1" style="text;html=1;whiteSpace=wrap;strokeColor=none;fillColor=none;align=center;verticalAlign=middle;rounded=0;fontStyle=1;fontSize=48;fontColor=light-dark(#7a7978, #ededed);" value="AVG. PRICE" vertex="1">
          <mxGeometry height="59" width="60" x="149" y="61" as="geometry" />
        </mxCell>
        <mxCell id="iMmVTYed4h1aN_pzg3ix-3" parent="1" style="text;html=1;whiteSpace=wrap;strokeColor=none;fillColor=none;align=center;verticalAlign=middle;rounded=0;fontStyle=1;fontSize=48;fontColor=light-dark(#7a7978, #ededed);" value="LTP" vertex="1">
          <mxGeometry height="59" width="60" x="418" y="61" as="geometry" />
        </mxCell>
        <mxCell id="iMmVTYed4h1aN_pzg3ix-4" parent="1" style="text;html=1;whiteSpace=wrap;strokeColor=none;fillColor=none;align=center;verticalAlign=middle;rounded=0;fontStyle=1;fontSize=48;fontColor=light-dark(#7a7978, #ededed);" value="PnL" vertex="1">
          <mxGeometry height="59" width="60" x="687" y="61" as="geometry" />
        </mxCell>
        <mxCell id="iMmVTYed4h1aN_pzg3ix-5" parent="1" style="text;html=1;whiteSpace=wrap;strokeColor=none;fillColor=none;align=center;verticalAlign=middle;rounded=0;fontSize=36;fontStyle=1" value="100" vertex="1">
          <mxGeometry height="30" width="60" x="-120" y="211" as="geometry" />
        </mxCell>
        <mxCell id="iMmVTYed4h1aN_pzg3ix-6" parent="1" style="text;html=1;whiteSpace=wrap;strokeColor=none;fillColor=none;align=center;verticalAlign=middle;rounded=0;fontSize=36;fontStyle=1" value="36.40" vertex="1">
          <mxGeometry height="30" width="60" x="149" y="211" as="geometry" />
        </mxCell>
        <mxCell id="iMmVTYed4h1aN_pzg3ix-7" parent="1" style="text;html=1;whiteSpace=wrap;strokeColor=none;fillColor=none;align=center;verticalAlign=middle;rounded=0;fontSize=36;fontStyle=1" value="37.45" vertex="1">
          <mxGeometry height="30" width="60" x="418" y="211" as="geometry" />
        </mxCell>
        <mxCell id="iMmVTYed4h1aN_pzg3ix-8" parent="1" style="text;html=1;whiteSpace=wrap;strokeColor=none;fillColor=none;align=center;verticalAlign=middle;rounded=0;fontSize=36;fontStyle=1" value="100" vertex="1">
          <mxGeometry height="30" width="60" x="687" y="211" as="geometry" />
        </mxCell>
        <mxCell id="7si3vGMUa6yKKs87A3T9-2" edge="1" parent="1" source="7si3vGMUa6yKKs87A3T9-1" style="edgeStyle=orthogonalEdgeStyle;rounded=0;orthogonalLoop=1;jettySize=auto;html=1;exitX=0.5;exitY=0;exitDx=0;exitDy=0;entryX=0;entryY=0.5;entryDx=0;entryDy=0;" target="iMmVTYed4h1aN_pzg3ix-5">
          <mxGeometry relative="1" as="geometry">
            <Array as="points">
              <mxPoint x="-283" y="227" />
              <mxPoint x="-139" y="227" />
            </Array>
            <mxPoint x="-139.09090909090924" y="259.27272727272725" as="targetPoint" />
          </mxGeometry>
        </mxCell>
        <mxCell id="7si3vGMUa6yKKs87A3T9-1" parent="1" style="text;html=1;whiteSpace=wrap;strokeColor=none;fillColor=none;align=center;verticalAlign=middle;rounded=0;fontStyle=1" value="Red color if negative, blue color if positive" vertex="1">
          <mxGeometry height="70" width="129" x="-347" y="453" as="geometry" />
        </mxCell>
        <mxCell id="7si3vGMUa6yKKs87A3T9-4" edge="1" parent="1" source="7si3vGMUa6yKKs87A3T9-3" style="edgeStyle=orthogonalEdgeStyle;rounded=0;orthogonalLoop=1;jettySize=auto;html=1;entryX=0.5;entryY=1;entryDx=0;entryDy=0;" target="iMmVTYed4h1aN_pzg3ix-8">
          <mxGeometry relative="1" as="geometry" />
        </mxCell>
        <mxCell id="7si3vGMUa6yKKs87A3T9-3" parent="1" style="text;html=1;whiteSpace=wrap;strokeColor=none;fillColor=none;align=center;verticalAlign=middle;rounded=0;fontStyle=1" value="Red color if negative, blue color if positive" vertex="1">
          <mxGeometry height="70" width="129" x="681" y="398" as="geometry" />
        </mxCell>
        <mxCell id="7si3vGMUa6yKKs87A3T9-5" parent="1" style="text;html=1;whiteSpace=wrap;strokeColor=none;fillColor=none;align=center;verticalAlign=middle;rounded=0;" value="Will receive the following props:&lt;br&gt;netQuantity: number;&lt;br&gt;&lt;div&gt;averagePrice: number&lt;/div&gt;&lt;div&gt;ltp: number;&lt;/div&gt;" vertex="1">
          <mxGeometry height="101" width="203" x="-25" y="355" as="geometry" />
        </mxCell>
        <mxCell id="7si3vGMUa6yKKs87A3T9-6" parent="1" style="text;html=1;whiteSpace=wrap;strokeColor=none;fillColor=none;align=center;verticalAlign=middle;rounded=0;" value="PnL needs to be calculated by the component" vertex="1">
          <mxGeometry height="101" width="203" x="-21" y="482" as="geometry" />
        </mxCell>
        <mxCell id="7si3vGMUa6yKKs87A3T9-7" parent="1" style="text;html=1;whiteSpace=wrap;strokeColor=none;fillColor=none;align=center;verticalAlign=middle;rounded=0;fontStyle=1;fontSize=48;fontColor=light-dark(#7a7978, #ededed);" value="Net Qty." vertex="1">
          <mxGeometry height="59" width="60" x="-186" y="816" as="geometry" />
        </mxCell>
        <mxCell id="7si3vGMUa6yKKs87A3T9-8" parent="1" style="text;html=1;whiteSpace=wrap;strokeColor=none;fillColor=none;align=center;verticalAlign=middle;rounded=0;fontStyle=1;fontSize=48;fontColor=light-dark(#7a7978, #ededed);" value="AVG. PRICE" vertex="1">
          <mxGeometry height="59" width="60" x="83" y="805" as="geometry" />
        </mxCell>
        <mxCell id="7si3vGMUa6yKKs87A3T9-9" parent="1" style="text;html=1;whiteSpace=wrap;strokeColor=none;fillColor=none;align=center;verticalAlign=middle;rounded=0;fontStyle=1;fontSize=48;fontColor=light-dark(#7a7978, #ededed);" value="LTP" vertex="1">
          <mxGeometry height="59" width="60" x="352" y="805" as="geometry" />
        </mxCell>
        <mxCell id="7si3vGMUa6yKKs87A3T9-10" parent="1" style="text;html=1;whiteSpace=wrap;strokeColor=none;fillColor=none;align=center;verticalAlign=middle;rounded=0;fontStyle=1;fontSize=48;fontColor=light-dark(#7a7978, #ededed);" value="PnL" vertex="1">
          <mxGeometry height="59" width="60" x="621" y="805" as="geometry" />
        </mxCell>
        <mxCell id="7si3vGMUa6yKKs87A3T9-11" parent="1" style="text;html=1;whiteSpace=wrap;strokeColor=none;fillColor=none;align=center;verticalAlign=middle;rounded=0;fontSize=18;fontStyle=1" value="{props.netQuantity}" vertex="1">
          <mxGeometry height="30" width="60" x="-186" y="955" as="geometry" />
        </mxCell>
        <mxCell id="7si3vGMUa6yKKs87A3T9-12" parent="1" style="text;html=1;whiteSpace=wrap;strokeColor=none;fillColor=none;align=center;verticalAlign=middle;rounded=0;fontSize=18;fontStyle=1" value="&lt;div&gt;{props.averagePrice}&lt;/div&gt;" vertex="1">
          <mxGeometry height="30" width="60" x="83" y="955" as="geometry" />
        </mxCell>
        <mxCell id="7si3vGMUa6yKKs87A3T9-13" parent="1" style="text;html=1;whiteSpace=wrap;strokeColor=none;fillColor=none;align=center;verticalAlign=middle;rounded=0;fontSize=18;fontStyle=1" value="{props.ltp}" vertex="1">
          <mxGeometry height="30" width="60" x="352" y="955" as="geometry" />
        </mxCell>
        <mxCell id="7si3vGMUa6yKKs87A3T9-14" parent="1" style="text;html=1;whiteSpace=wrap;strokeColor=none;fillColor=none;align=center;verticalAlign=middle;rounded=0;fontSize=18;fontStyle=1" value="{pnl}" vertex="1">
          <mxGeometry height="30" width="60" x="621" y="955" as="geometry" />
        </mxCell>
        <mxCell id="ExlUUjPYo0Ii6ma58Pc_-1" parent="1" style="rounded=1;whiteSpace=wrap;html=1;" value="" vertex="1">
          <mxGeometry height="321" width="1253" x="-202" y="1234" as="geometry" />
        </mxCell>
        <mxCell id="ExlUUjPYo0Ii6ma58Pc_-2" parent="1" style="text;html=1;whiteSpace=wrap;strokeColor=none;fillColor=none;align=center;verticalAlign=middle;rounded=0;fontStyle=1;fontSize=48;fontColor=light-dark(#7a7978, #ededed);" value="Total Margin" vertex="1">
          <mxGeometry height="59" width="168" x="-154" y="1292" as="geometry" />
        </mxCell>
        <mxCell id="ExlUUjPYo0Ii6ma58Pc_-3" parent="1" style="text;html=1;whiteSpace=wrap;strokeColor=none;fillColor=none;align=center;verticalAlign=middle;rounded=0;fontStyle=1;fontSize=48;fontColor=light-dark(#7a7978, #ededed);" value="Utilized Margin" vertex="1">
          <mxGeometry height="59" width="168" x="330" y="1295" as="geometry" />
        </mxCell>
        <mxCell id="ExlUUjPYo0Ii6ma58Pc_-4" parent="1" style="text;html=1;whiteSpace=wrap;strokeColor=none;fillColor=none;align=center;verticalAlign=middle;rounded=0;fontStyle=1;fontSize=48;fontColor=light-dark(#7a7978, #ededed);" value="Net Margin" vertex="1">
          <mxGeometry height="59" width="168" x="813" y="1289" as="geometry" />
        </mxCell>
        <mxCell id="ExlUUjPYo0Ii6ma58Pc_-5" parent="1" style="text;html=1;whiteSpace=wrap;strokeColor=none;fillColor=none;align=center;verticalAlign=middle;rounded=0;fontSize=42;" value="₹2000" vertex="1">
          <mxGeometry height="30" width="60" x="-100" y="1412" as="geometry" />
        </mxCell>
        <mxCell id="ExlUUjPYo0Ii6ma58Pc_-7" parent="1" style="text;html=1;whiteSpace=wrap;strokeColor=none;fillColor=none;align=center;verticalAlign=middle;rounded=0;fontSize=42;" value="₹200" vertex="1">
          <mxGeometry height="30" width="60" x="384" y="1412" as="geometry" />
        </mxCell>
        <mxCell id="ExlUUjPYo0Ii6ma58Pc_-8" parent="1" style="text;html=1;whiteSpace=wrap;strokeColor=none;fillColor=none;align=center;verticalAlign=middle;rounded=0;fontSize=42;" value="₹1800" vertex="1">
          <mxGeometry height="30" width="60" x="867" y="1412" as="geometry" />
        </mxCell>
        <mxCell id="ExlUUjPYo0Ii6ma58Pc_-9" parent="1" style="html=1;shadow=0;dashed=0;shape=mxgraph.bootstrap.rrect;rSize=5;fillColor=#E9ECEF;strokeColor=none;" value="" vertex="1">
          <mxGeometry height="20" width="800" x="24.5" y="1507" as="geometry" />
        </mxCell>
        <mxCell id="ExlUUjPYo0Ii6ma58Pc_-10" parent="ExlUUjPYo0Ii6ma58Pc_-9" style="html=1;shadow=0;dashed=0;shape=mxgraph.bootstrap.leftButton;rSize=5;fillColor=#1CA5B8;strokeColor=none;resizeHeight=1;" value="" vertex="1">
          <mxGeometry height="20" relative="1" width="250" as="geometry" />
        </mxCell>
        <mxCell id="ExlUUjPYo0Ii6ma58Pc_-11" parent="1" style="text;html=1;whiteSpace=wrap;strokeColor=none;fillColor=none;align=center;verticalAlign=middle;rounded=0;fontSize=24;" value="The max value on the progress bar is the total margin and the filled in part is the utilized margin" vertex="1">
          <mxGeometry height="92" width="269" x="175" y="1620" as="geometry" />
        </mxCell>
        <mxCell id="ExlUUjPYo0Ii6ma58Pc_-12" edge="1" parent="1" source="ExlUUjPYo0Ii6ma58Pc_-11" style="edgeStyle=orthogonalEdgeStyle;rounded=0;orthogonalLoop=1;jettySize=auto;html=1;exitX=0.5;exitY=0;exitDx=0;exitDy=0;entryX=0.412;entryY=0.999;entryDx=0;entryDy=0;entryPerimeter=0;" target="ExlUUjPYo0Ii6ma58Pc_-1">
          <mxGeometry relative="1" as="geometry" />
        </mxCell>
      </root>
    </mxGraphModel>
  </diagram>
  <diagram id="dmkDPsUycKQvBsQ4H3Di" name="Kite-Fly-Ticker-Architecture">
    <mxGraphModel dx="1357" dy="626" grid="0" gridSize="10" guides="1" tooltips="1" connect="1" arrows="1" fold="1" page="0" pageScale="1" pageWidth="402" pageHeight="874" math="0" shadow="0">
      <root>
        <mxCell id="0" />
        <mxCell id="1" parent="0" />
        <mxCell id="FDZGNOtkY16CQce4NqAR-3" edge="1" parent="1" source="FDZGNOtkY16CQce4NqAR-1" style="edgeStyle=orthogonalEdgeStyle;rounded=0;orthogonalLoop=1;jettySize=auto;html=1;" target="FDZGNOtkY16CQce4NqAR-2" value="">
          <mxGeometry relative="1" as="geometry" />
        </mxCell>
        <mxCell id="FDZGNOtkY16CQce4NqAR-1" parent="1" style="rounded=1;whiteSpace=wrap;html=1;" value="Client posts a request - for example:&lt;br&gt;&lt;div&gt;&lt;br&gt;&lt;/div&gt;&lt;br&gt;&lt;div&gt;fetch(&quot;http://localhost:3000/api/ltp&quot;, () =&amp;gt; {&lt;/div&gt;&lt;div&gt;method: &quot;POST&quot;,&lt;/div&gt;&lt;div&gt;body: JSON.stringify({&lt;/div&gt;&lt;div&gt;instrument: &quot;WIPRO&quot;,&lt;br&gt;ltp: 128.10&lt;/div&gt;&lt;div&gt;})&lt;/div&gt;&lt;div&gt;})&lt;br&gt;&lt;br&gt;The call is made from another site - for ex. https://kite.zerodha.com&lt;/div&gt;" vertex="1">
          <mxGeometry height="236" width="345" x="-33" y="45" as="geometry" />
        </mxCell>
        <mxCell id="FDZGNOtkY16CQce4NqAR-5" edge="1" parent="1" source="FDZGNOtkY16CQce4NqAR-2" style="edgeStyle=orthogonalEdgeStyle;rounded=0;orthogonalLoop=1;jettySize=auto;html=1;" target="FDZGNOtkY16CQce4NqAR-4" value="">
          <mxGeometry relative="1" as="geometry" />
        </mxCell>
        <mxCell id="FDZGNOtkY16CQce4NqAR-2" parent="1" style="whiteSpace=wrap;html=1;rounded=1;" value="SERVER" vertex="1">
          <mxGeometry height="60" width="120" x="504.5" y="98.5" as="geometry" />
        </mxCell>
        <mxCell id="FDZGNOtkY16CQce4NqAR-8" edge="1" parent="1" source="FDZGNOtkY16CQce4NqAR-4" style="edgeStyle=orthogonalEdgeStyle;rounded=0;orthogonalLoop=1;jettySize=auto;html=1;exitX=0.75;exitY=1;exitDx=0;exitDy=0;entryX=1;entryY=0.75;entryDx=0;entryDy=0;" target="FDZGNOtkY16CQce4NqAR-6">
          <mxGeometry relative="1" as="geometry" />
        </mxCell>
        <mxCell id="FDZGNOtkY16CQce4NqAR-4" parent="1" style="whiteSpace=wrap;html=1;rounded=1;" value="Websocket" vertex="1">
          <mxGeometry height="60" width="120" x="504.5" y="265" as="geometry" />
        </mxCell>
        <mxCell id="FDZGNOtkY16CQce4NqAR-7" edge="1" parent="1" source="FDZGNOtkY16CQce4NqAR-6" style="edgeStyle=orthogonalEdgeStyle;rounded=0;orthogonalLoop=1;jettySize=auto;html=1;entryX=0.5;entryY=1;entryDx=0;entryDy=0;" target="FDZGNOtkY16CQce4NqAR-4">
          <mxGeometry relative="1" as="geometry" />
        </mxCell>
        <mxCell id="FDZGNOtkY16CQce4NqAR-6" parent="1" style="rounded=1;whiteSpace=wrap;html=1;" value="On another client,&lt;div&gt;new Websocket()&lt;/div&gt;// receive the data which is sent from /api/ltp" vertex="1">
          <mxGeometry height="167" width="345" x="1" y="392" as="geometry" />
        </mxCell>
      </root>
    </mxGraphModel>
  </diagram>
</mxfile>
